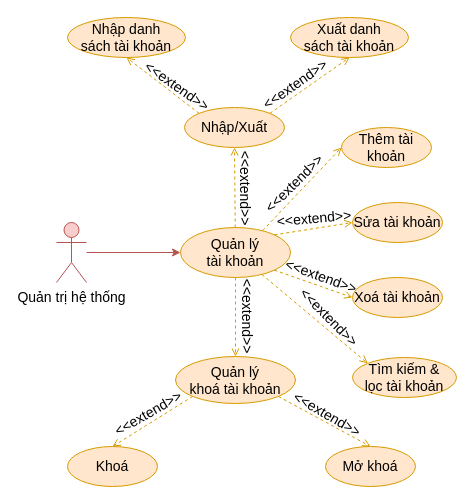
Before: document/temp/draw/usecase_phanra/usecase_taikhoan.drawio in copecute/Edudex-Quiz, a draw.io diagram. Source tidied: cells renumbered, new cells numbered last; positions are measured from the earlier drawing's top-left corner, leaving out a move shared by most shapes. Both pictures are drawn from the tidied source at 100%, with x=0, y=0 at pixel (56, 17).
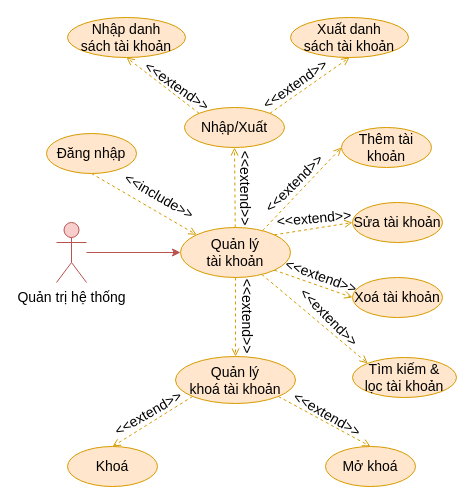
After the change.

Unchanged cells that the change refers to:
```xml
<mxCell id="5" value="Quản lý&lt;br&gt;tài khoản" style="ellipse;whiteSpace=wrap;html=1;fillColor=#ffe6cc;strokeColor=#d79b00;fontSize=14;" parent="1" vertex="1">
  <mxGeometry x="124" y="210" width="110" height="50" as="geometry" />
</mxCell>
```

Diff of the diagram source:
```diff
@@
+    <mxCell id="35" style="rounded=0;jettySize=auto;html=1;entryX=0;entryY=0;entryDx=0;entryDy=0;fillColor=#ffe6cc;strokeColor=#d79b00;endArrow=open;endFill=0;dashed=1;exitX=0.5;exitY=1;exitDx=0;exitDy=0;" parent="1" edge="1" source="36" target="5">
+      <mxGeometry relative="1" as="geometry" />
+    </mxCell>
+    <mxCell id="36" value="Đăng nhập" style="ellipse;whiteSpace=wrap;html=1;fillColor=#ffe6cc;strokeColor=#d79b00;fontSize=14;" parent="1" vertex="1">
+      <mxGeometry x="-10" y="116" width="90" height="40" as="geometry" />
+    </mxCell>
+    <mxCell id="37" value="&lt;font&gt;&amp;lt;&amp;lt;include&amp;gt;&amp;gt;&lt;/font&gt;" style="text;html=1;strokeColor=none;fillColor=none;align=center;verticalAlign=middle;whiteSpace=wrap;rounded=0;rotation=30;fontSize=14;" parent="1" vertex="1">
+      <mxGeometry x="73" y="164" width="60" height="30" as="geometry" />
+    </mxCell>
```
